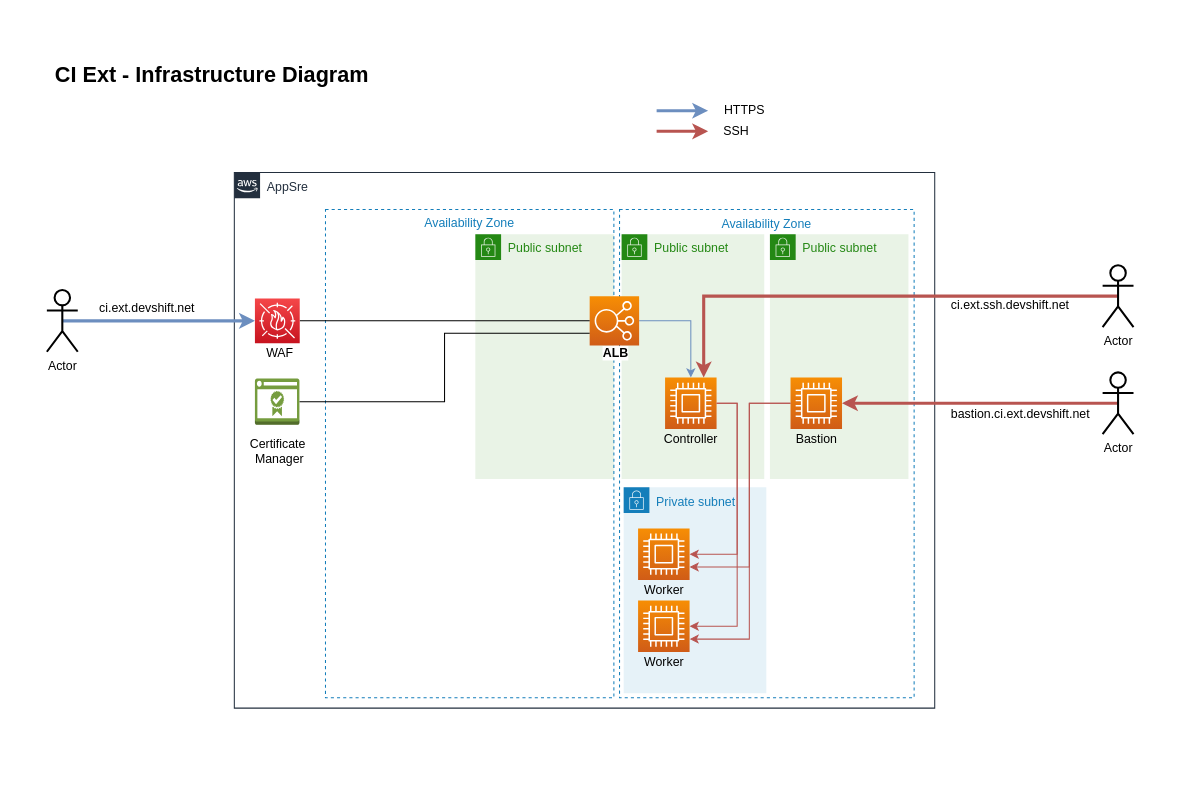
This is docs/app-sre/runbook/img/ci.ext-architercture.drawio from coleenquadros/configuration, a draw.io file, before an edit. Source tidied: cells renumbered, new cells numbered last; positions are measured from the earlier drawing's top-left corner, leaving out a move shared by most shapes. Both pictures are drawn from the tidied source at 103%, with x=0, y=0 at pixel (18, 18).
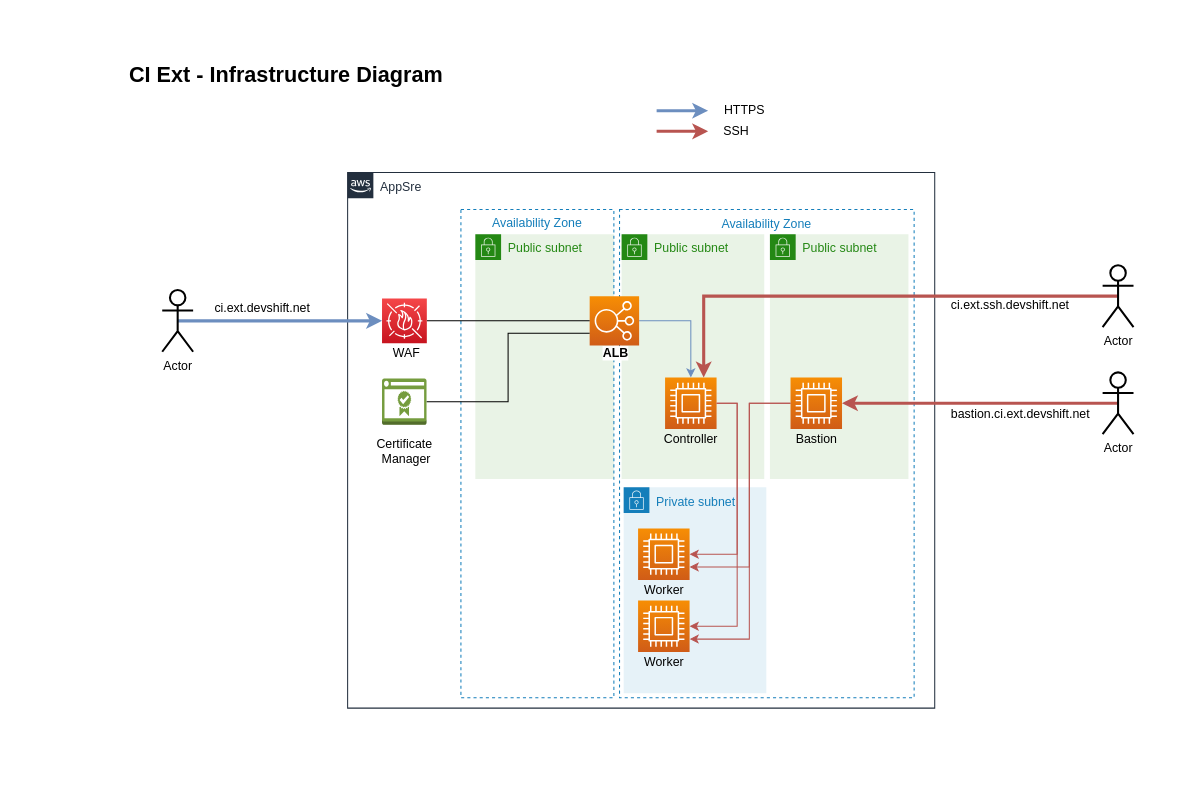
After the change.

What changed in the source:
```diff
@@
     <mxCell id="3" value="AppSre" style="gradientColor=none;html=1;whiteSpace=wrap;fontSize=12;fontStyle=0;shape=mxgraph.aws4.group;grIcon=mxgraph.aws4.group_aws_cloud_alt;strokeColor=#232F3E;fillColor=none;verticalAlign=top;align=left;spacingLeft=30;fontColor=#232F3E;dashed=0;labelBackgroundColor=#ffffff;" parent="1" vertex="1">
-      <mxGeometry x="210" y="150" width="680" height="520" as="geometry" />
+      <mxGeometry x="320" y="150" width="570" height="520" as="geometry" />
     </mxCell>
@@
     <mxCell id="12" value="Availability Zone" style="fillColor=none;strokeColor=#147EBA;dashed=1;verticalAlign=top;fontStyle=0;fontColor=#147EBA;" parent="1" vertex="1">
-      <mxGeometry x="298.5" y="185.8" width="280" height="474.2" as="geometry" />
+      <mxGeometry x="430" y="185.8" width="148.5" height="474.2" as="geometry" />
     </mxCell>
@@
     <mxCell id="24" style="sketch=0;points=[[0,0,0],[0.25,0,0],[0.5,0,0],[0.75,0,0],[1,0,0],[0,1,0],[0.25,1,0],[0.5,1,0],[0.75,1,0],[1,1,0],[0,0.25,0],[0,0.5,0],[0,0.75,0],[1,0.25,0],[1,0.5,0],[1,0.75,0]];outlineConnect=0;fontColor=#232F3E;gradientColor=#F54749;gradientDirection=north;fillColor=#C7131F;strokeColor=#ffffff;dashed=0;verticalLabelPosition=bottom;verticalAlign=top;align=center;html=1;fontSize=12;fontStyle=0;shape=mxgraph.aws4.resourceIcon;resIcon=mxgraph.aws4.waf;" parent="1" vertex="1">
-      <mxGeometry x="230" y="272.2" width="43.5" height="43.5" as="geometry" />
+      <mxGeometry x="353.4" y="272.2" width="43.5" height="43.5" as="geometry" />
     </mxCell>
@@
     <mxCell id="28" value="WAF" style="text;html=1;align=center;verticalAlign=middle;strokeColor=none;fillColor=none;" parent="1" vertex="1">
-      <mxGeometry x="233.5" y="315.8" width="40" height="20" as="geometry" />
+      <mxGeometry x="356.9" y="315.8" width="40" height="20" as="geometry" />
     </mxCell>
@@
     <mxCell id="30" value="Actor" style="shape=umlActor;verticalLabelPosition=bottom;verticalAlign=top;html=1;outlineConnect=0;strokeWidth=2;" parent="1" vertex="1">
-      <mxGeometry x="28" y="264" width="30" height="60" as="geometry" />
+      <mxGeometry x="140" y="264" width="30" height="60" as="geometry" />
     </mxCell>
     <mxCell id="31" value="ci.ext.devshift.net" style="text;html=1;align=center;verticalAlign=middle;strokeColor=none;fillColor=none;" parent="1" vertex="1">
-      <mxGeometry x="70" y="272.2" width="110" height="20" as="geometry" />
+      <mxGeometry x="182" y="272.2" width="110" height="20" as="geometry" />
     </mxCell>
@@
     <mxCell id="35" style="outlineConnect=0;dashed=0;verticalLabelPosition=bottom;verticalAlign=top;align=center;html=1;shape=mxgraph.aws3.certificate_manager_2;fillColor=#759C3E;gradientColor=none;" parent="1" vertex="1">
-      <mxGeometry x="230" y="350" width="43.2" height="45" as="geometry" />
+      <mxGeometry x="353.4" y="350" width="43.2" height="45" as="geometry" />
     </mxCell>
     <mxCell id="36" value="Certificate&lt;br&gt;&amp;nbsp;Manager" style="text;html=1;align=center;verticalAlign=middle;strokeColor=none;fillColor=none;" parent="1" vertex="1">
-      <mxGeometry x="216.6" y="406" width="70" height="30" as="geometry" />
+      <mxGeometry x="340" y="406" width="70" height="30" as="geometry" />
     </mxCell>
@@
     <mxCell id="41" value="CI Ext - Infrastructure Diagram" style="text;html=1;align=center;verticalAlign=middle;strokeColor=none;fillColor=none;fontStyle=1;fontSize=21;" parent="1" vertex="1">
-      <mxGeometry x="28" y="40" width="320" height="30" as="geometry" />
+      <mxGeometry x="100" y="40" width="320" height="30" as="geometry" />
     </mxCell>
@@
-    <mxCell id="48" style="rounded=0;whiteSpace=wrap;html=1;labelBackgroundColor=#FFFFFF;fontSize=12;strokeWidth=2;fillColor=none;strokeColor=none;" parent="1" vertex="1">
-      <mxGeometry width="1110" height="720" as="geometry" />
-    </mxCell>
+    <mxCell id="49" style="rounded=1;whiteSpace=wrap;html=1;labelBackgroundColor=#FFFFFF;fontSize=12;strokeWidth=2;fillColor=none;strokeColor=none;" parent="1" vertex="1">
+      <mxGeometry x="80" width="1030" height="730" as="geometry" />
+    </mxCell>
```
